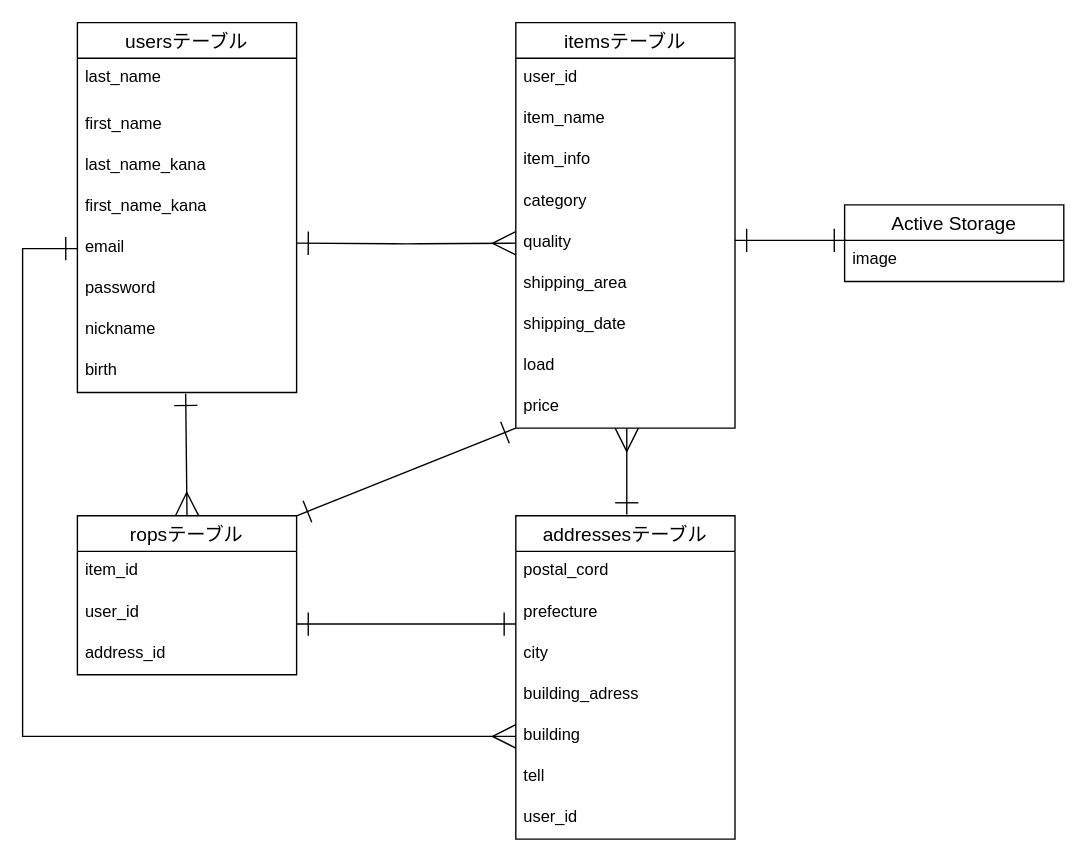
Above: ER.dio in mahiro06/furima-37326 (draw.io), before the change. Source tidied: cells renumbered, new cells numbered last; positions are measured from the earlier drawing's top-left corner, leaving out a move shared by most shapes. Both pictures are drawn from the tidied source at 137%, with x=0, y=0 at pixel (22, 22).
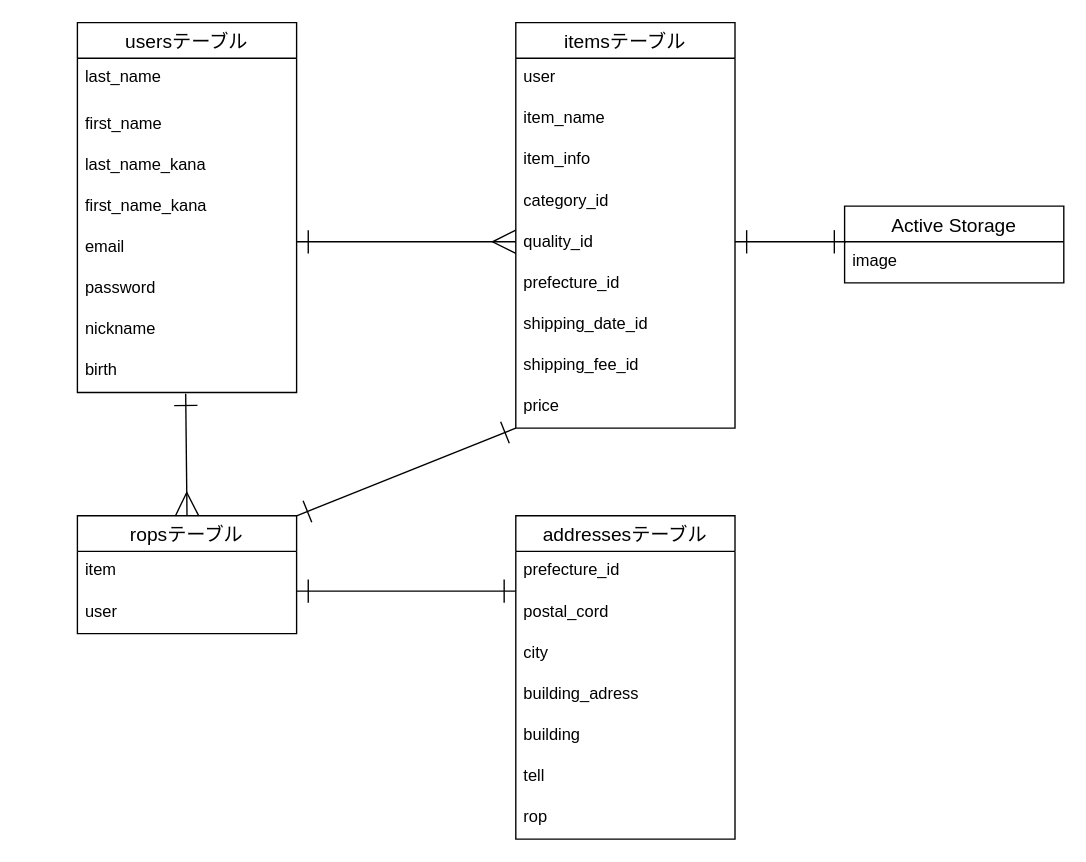
The same diagram, later.

Commit message (it also covers changes not shown here):
データベース設計の修正

The change refers to these unchanged cells:
```xml
<mxCell id="7" value="email" style="text;strokeColor=none;fillColor=none;spacingLeft=4;spacingRight=4;overflow=hidden;points=[[0,0.5],[1,0.5]];portConstraint=eastwest;fontSize=12;" parent="2" vertex="1">
  <mxGeometry y="150" width="160" height="30" as="geometry" />
</mxCell>
<mxCell id="11" value="itemsテーブル" style="swimlane;fontStyle=0;horizontal=1;startSize=26;align=center;fontSize=14;" parent="1" vertex="1">
  <mxGeometry x="360" width="160" height="296" as="geometry" />
</mxCell>
<mxCell id="25" value="addressesテーブル" style="swimlane;fontStyle=0;horizontal=1;startSize=26;align=center;fontSize=14;" parent="1" vertex="1">
  <mxGeometry x="360" y="360" width="160" height="236" as="geometry" />
</mxCell>
<mxCell id="30" value="building" style="text;strokeColor=none;fillColor=none;spacingLeft=4;spacingRight=4;overflow=hidden;points=[[0,0.5],[1,0.5]];portConstraint=eastwest;fontSize=12;" parent="25" vertex="1">
  <mxGeometry y="146" width="160" height="30" as="geometry" />
</mxCell>
<mxCell id="34" value="image" style="text;strokeColor=none;fillColor=none;spacingLeft=4;spacingRight=4;overflow=hidden;points=[[0,0.5],[1,0.5]];portConstraint=eastwest;fontSize=12;" parent="33" vertex="1">
  <mxGeometry y="26" width="160" height="30" as="geometry" />
</mxCell>
```

Change to the diagram source:
```diff
@@
-    <mxCell id="12" value="user_id" style="text;strokeColor=none;fillColor=none;spacingLeft=4;spacingRight=4;overflow=hidden;fontSize=12;" parent="11" vertex="1">
+    <mxCell id="12" value="user" style="text;strokeColor=none;fillColor=none;spacingLeft=4;spacingRight=4;overflow=hidden;fontSize=12;" parent="11" vertex="1">
       <mxGeometry y="26" width="160" height="30" as="geometry" />
     </mxCell>
@@
-    <mxCell id="15" value="category" style="text;strokeColor=none;fillColor=none;spacingLeft=4;spacingRight=4;overflow=hidden;fontSize=12;" parent="11" vertex="1">
+    <mxCell id="15" value="category_id" style="text;strokeColor=none;fillColor=none;spacingLeft=4;spacingRight=4;overflow=hidden;fontSize=12;" parent="11" vertex="1">
       <mxGeometry y="116" width="160" height="30" as="geometry" />
     </mxCell>
-    <mxCell id="16" value="quality" style="text;strokeColor=none;fillColor=none;spacingLeft=4;spacingRight=4;overflow=hidden;points=[[0,0.5],[1,0.5]];portConstraint=eastwest;fontSize=12;" parent="11" vertex="1">
+    <mxCell id="16" value="quality_id" style="text;strokeColor=none;fillColor=none;spacingLeft=4;spacingRight=4;overflow=hidden;points=[[0,0.5],[1,0.5]];portConstraint=eastwest;fontSize=12;" parent="11" vertex="1">
       <mxGeometry y="146" width="160" height="30" as="geometry" />
     </mxCell>
-    <mxCell id="17" value="shipping_area" style="text;strokeColor=none;fillColor=none;spacingLeft=4;spacingRight=4;overflow=hidden;fontSize=12;" parent="11" vertex="1">
+    <mxCell id="17" value="prefecture_id" style="text;strokeColor=none;fillColor=none;spacingLeft=4;spacingRight=4;overflow=hidden;fontSize=12;" parent="11" vertex="1">
       <mxGeometry y="176" width="160" height="30" as="geometry" />
     </mxCell>
-    <mxCell id="18" value="shipping_date" style="text;strokeColor=none;fillColor=none;spacingLeft=4;spacingRight=4;overflow=hidden;fontSize=12;" parent="11" vertex="1">
+    <mxCell id="18" value="shipping_date_id" style="text;strokeColor=none;fillColor=none;spacingLeft=4;spacingRight=4;overflow=hidden;fontSize=12;" parent="11" vertex="1">
       <mxGeometry y="206" width="160" height="30" as="geometry" />
     </mxCell>
-    <mxCell id="19" value="load" style="text;strokeColor=none;fillColor=none;spacingLeft=4;spacingRight=4;overflow=hidden;fontSize=12;" parent="11" vertex="1">
+    <mxCell id="19" value="shipping_fee_id" style="text;strokeColor=none;fillColor=none;spacingLeft=4;spacingRight=4;overflow=hidden;fontSize=12;" parent="11" vertex="1">
       <mxGeometry y="236" width="160" height="30" as="geometry" />
     </mxCell>
@@
     <mxCell id="21" value="ropsテーブル" style="swimlane;fontStyle=0;horizontal=1;startSize=26;align=center;fontSize=14;" parent="1" vertex="1">
-      <mxGeometry x="40" y="360" width="160" height="116" as="geometry" />
+      <mxGeometry x="40" y="360" width="160" height="86" as="geometry" />
     </mxCell>
-    <mxCell id="22" value="item_id" style="text;strokeColor=none;fillColor=none;spacingLeft=4;spacingRight=4;overflow=hidden;fontSize=12;" parent="21" vertex="1">
+    <mxCell id="22" value="item" style="text;strokeColor=none;fillColor=none;spacingLeft=4;spacingRight=4;overflow=hidden;fontSize=12;" parent="21" vertex="1">
       <mxGeometry y="26" width="160" height="30" as="geometry" />
     </mxCell>
-    <mxCell id="23" value="user_id" style="text;strokeColor=none;fillColor=none;spacingLeft=4;spacingRight=4;overflow=hidden;fontSize=12;" parent="21" vertex="1">
+    <mxCell id="23" value="user" style="text;strokeColor=none;fillColor=none;spacingLeft=4;spacingRight=4;overflow=hidden;fontSize=12;" parent="21" vertex="1">
       <mxGeometry y="56" width="160" height="30" as="geometry" />
     </mxCell>
-    <mxCell id="24" value="address_id" style="text;strokeColor=none;fillColor=none;spacingLeft=4;spacingRight=4;overflow=hidden;fontSize=12;" parent="21" vertex="1">
-      <mxGeometry y="86" width="160" height="30" as="geometry" />
-    </mxCell>
@@
+    <mxCell id="27" value="prefecture_id" style="text;strokeColor=none;fillColor=none;spacingLeft=4;spacingRight=4;overflow=hidden;fontSize=12;" parent="25" vertex="1">
+      <mxGeometry y="26" width="160" height="30" as="geometry" />
+    </mxCell>
     <mxCell id="26" value="postal_cord" style="text;strokeColor=none;fillColor=none;spacingLeft=4;spacingRight=4;overflow=hidden;fontSize=12;" parent="25" vertex="1">
-      <mxGeometry y="26" width="160" height="30" as="geometry" />
+      <mxGeometry y="56" width="160" height="30" as="geometry" />
     </mxCell>
-    <mxCell id="27" value="prefecture" style="text;strokeColor=none;fillColor=none;spacingLeft=4;spacingRight=4;overflow=hidden;fontSize=12;" parent="25" vertex="1">
-      <mxGeometry y="56" width="160" height="30" as="geometry" />
-    </mxCell>
@@
-    <mxCell id="32" value="user_id" style="text;strokeColor=none;fillColor=none;spacingLeft=4;spacingRight=4;overflow=hidden;fontSize=12;" parent="25" vertex="1">
+    <mxCell id="32" value="rop" style="text;strokeColor=none;fillColor=none;spacingLeft=4;spacingRight=4;overflow=hidden;fontSize=12;" parent="25" vertex="1">
       <mxGeometry y="206" width="160" height="30" as="geometry" />
     </mxCell>
     <mxCell id="33" value="Active Storage" style="swimlane;fontStyle=0;horizontal=1;startSize=26;align=center;fontSize=14;" parent="1" vertex="1">
-      <mxGeometry x="600" y="133" width="160" height="56" as="geometry" />
+      <mxGeometry x="600" y="134" width="160" height="56" as="geometry" />
     </mxCell>
@@
-    <mxCell id="35" style="edgeStyle=orthogonalEdgeStyle;fontSize=12;html=1;endArrow=ERmany;endFill=0;startArrow=ERone;startFill=0;strokeWidth=1;jumpSize=10;endSize=15;startSize=15;entryX=0;entryY=0.5;entryDx=0;entryDy=0;" parent="1" edge="1" target="16">
+    <mxCell id="35" style="edgeStyle=orthogonalEdgeStyle;fontSize=12;html=1;endArrow=ERmany;endFill=0;startArrow=ERone;startFill=0;strokeWidth=1;jumpSize=10;endSize=15;startSize=15;entryX=0;entryY=0.5;entryDx=0;entryDy=0;" parent="1" edge="1">
       <mxGeometry relative="1" as="geometry">
-        <mxPoint x="200" y="161" as="sourcePoint" />
+        <mxPoint x="200" y="160" as="sourcePoint" />
+        <mxPoint x="360" y="160" as="targetPoint" />
       </mxGeometry>
     </mxCell>
@@
-    <mxCell id="38" style="fontSize=12;html=1;endArrow=ERmany;rounded=0;startSize=15;endSize=15;strokeWidth=1;elbow=vertical;jumpSize=10;entryX=0;entryY=0.5;entryDx=0;entryDy=0;startArrow=ERone;startFill=0;exitX=0;exitY=0.5;exitDx=0;exitDy=0;edgeStyle=orthogonalEdgeStyle;" parent="1" edge="1" source="7" target="30">
-      <mxGeometry relative="1" as="geometry">
-        <Array as="points">
-          <mxPoint y="165" />
-          <mxPoint y="521" />
-        </Array>
-      </mxGeometry>
-    </mxCell>
     <mxCell id="39" style="fontSize=12;html=1;endArrow=ERone;endFill=1;rounded=0;startSize=15;endSize=15;strokeWidth=1;elbow=vertical;jumpSize=10;startArrow=ERone;startFill=0;" parent="1" edge="1">
       <mxGeometry relative="1" as="geometry">
-        <mxPoint x="200" y="439" as="sourcePoint" />
-        <mxPoint x="360" y="439" as="targetPoint" />
+        <mxPoint x="200" y="415" as="sourcePoint" />
+        <mxPoint x="360" y="415" as="targetPoint" />
       </mxGeometry>
     </mxCell>
-    <mxCell id="40" style="fontSize=12;html=1;endArrow=ERone;endFill=1;rounded=0;startSize=15;endSize=15;strokeWidth=1;elbow=vertical;jumpSize=10;entryX=0.006;entryY=0;entryDx=0;entryDy=0;entryPerimeter=0;startArrow=ERone;startFill=0;" parent="1" edge="1" target="34">
+    <mxCell id="40" style="fontSize=12;html=1;endArrow=ERone;endFill=1;rounded=0;startSize=15;endSize=15;strokeWidth=1;elbow=vertical;jumpSize=10;entryX=0.006;entryY=0;entryDx=0;entryDy=0;entryPerimeter=0;startArrow=ERone;startFill=0;" parent="1" edge="1">
       <mxGeometry relative="1" as="geometry">
-        <mxPoint x="520" y="159" as="sourcePoint" />
+        <mxPoint x="520" y="160" as="sourcePoint" />
+        <mxPoint x="601" y="160" as="targetPoint" />
       </mxGeometry>
     </mxCell>
-    <mxCell id="41" style="fontSize=12;html=1;endArrow=ERmany;rounded=0;strokeWidth=1;elbow=vertical;jumpSize=10;endSize=15;startSize=15;entryX=0.506;entryY=1.033;entryDx=0;entryDy=0;entryPerimeter=0;startArrow=ERone;startFill=0;" parent="1" edge="1">
-      <mxGeometry relative="1" as="geometry">
-        <mxPoint x="441" y="359" as="sourcePoint" />
-        <mxPoint x="441" y="296" as="targetPoint" />
-      </mxGeometry>
-    </mxCell>
```
